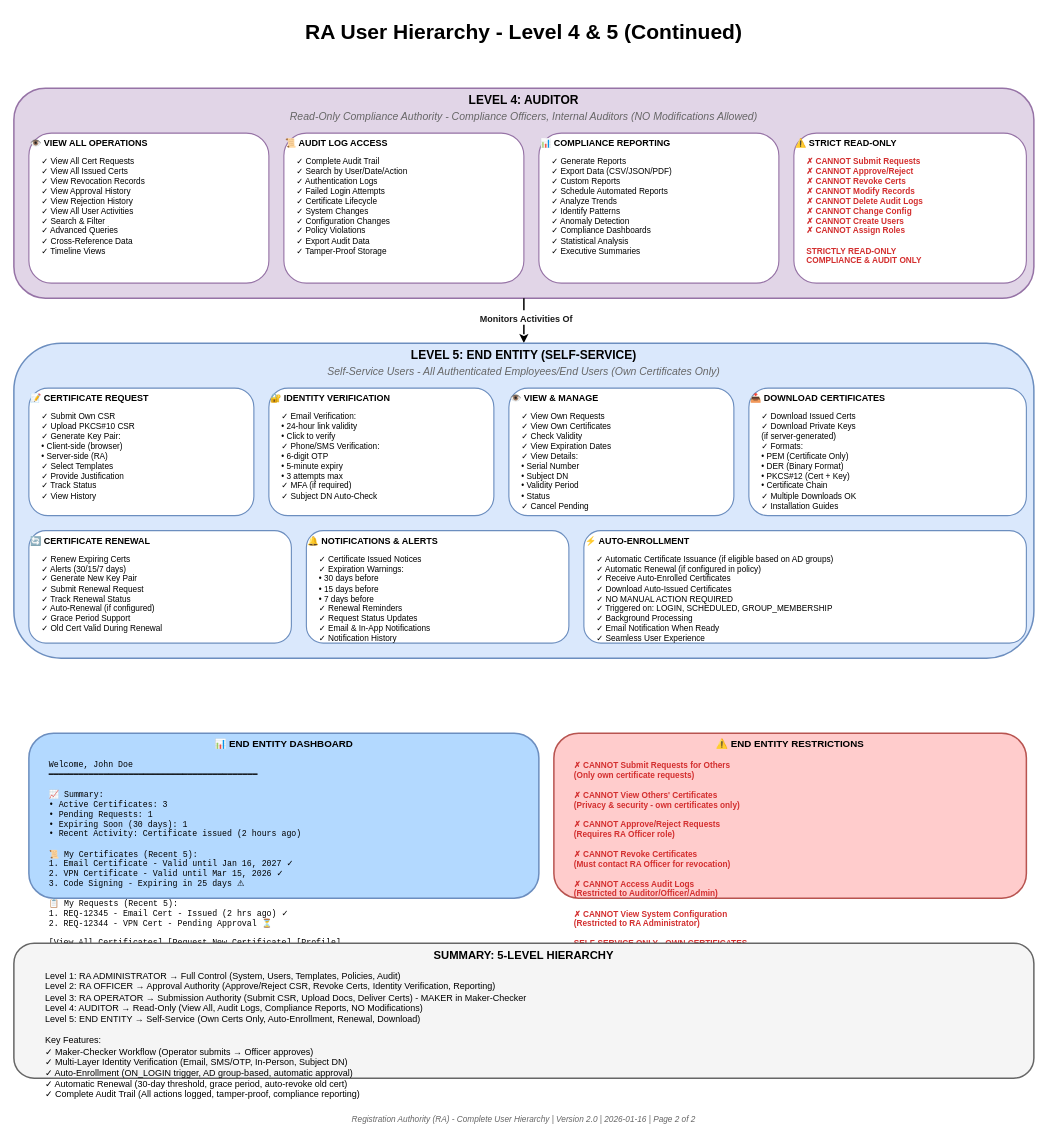
The draw.io diagram page "Level 4-5 Details" (2 of 2) of docs/RA-DETAILED-HIERARCHY.drawio in kablu/ad-poc, before the edit. Source tidied: cells renumbered, new cells numbered last; positions are measured from the earlier drawing's top-left corner, leaving out a move shared by most shapes. Both pictures are drawn from the tidied source at 75%, with x=0, y=0 at pixel (14, 13).
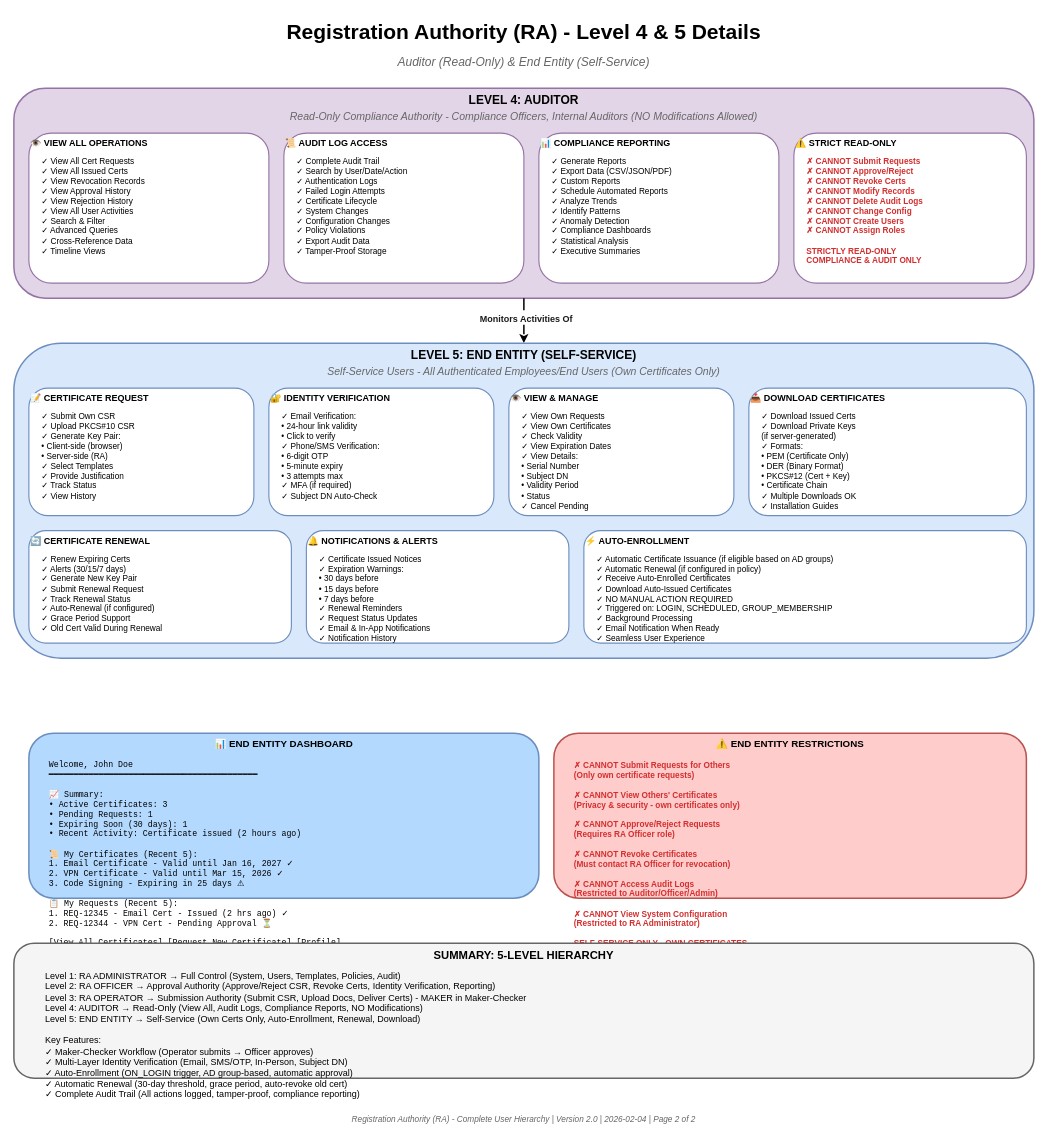
The same diagram, later.

Commit message (it also covers changes not shown here):
docs: Update RA detailed hierarchy diagram to clarify all 5 levels

Change to the diagram source:
```diff
@@
-    <mxCell id="2" value="RA User Hierarchy - Level 4 &amp; 5 (Continued)" style="text;html=1;strokeColor=none;fillColor=none;align=center;verticalAlign=middle;whiteSpace=wrap;rounded=0;fontSize=28;fontStyle=1;fontColor=#000000;" parent="1" vertex="1">
+    <mxCell id="2" value="Registration Authority (RA) - Level 4 &amp; 5 Details" style="text;html=1;strokeColor=none;fillColor=none;align=center;verticalAlign=middle;whiteSpace=wrap;rounded=0;fontSize=28;fontStyle=1;fontColor=#000000;" parent="1" vertex="1">
       <mxGeometry x="80" width="1200" height="50" as="geometry" />
     </mxCell>
+    <mxCell id="38" value="Auditor (Read-Only) &amp; End Entity (Self-Service)" style="text;html=1;strokeColor=none;fillColor=none;align=center;verticalAlign=middle;whiteSpace=wrap;rounded=0;fontSize=16;fontStyle=2;fontColor=#666666;" parent="1" vertex="1">
+      <mxGeometry x="80" y="50" width="1200" height="30" as="geometry" />
+    </mxCell>
@@
-    <mxCell id="37" value="Registration Authority (RA) - Complete User Hierarchy | Version 2.0 | 2026-01-16 | Page 2 of 2" style="text;html=1;strokeColor=none;fillColor=none;align=center;verticalAlign=middle;whiteSpace=wrap;rounded=0;fontSize=11;fontStyle=2;fontColor=#666666;" parent="1" vertex="1">
+    <mxCell id="37" value="Registration Authority (RA) - Complete User Hierarchy | Version 2.0 | 2026-02-04 | Page 2 of 2" style="text;html=1;strokeColor=none;fillColor=none;align=center;verticalAlign=middle;whiteSpace=wrap;rounded=0;fontSize=11;fontStyle=2;fontColor=#666666;" parent="1" vertex="1">
       <mxGeometry x="80" y="1460" width="1200" height="30" as="geometry" />
     </mxCell>
```
